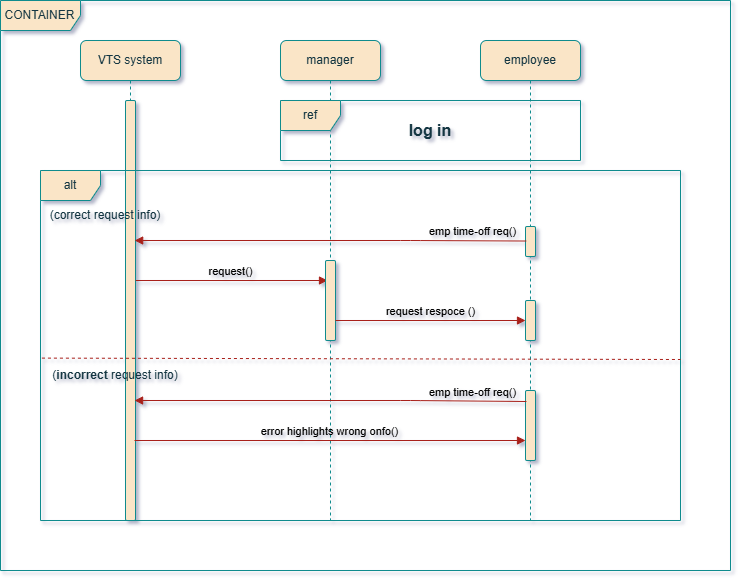
Earlier version of the draw.io export task1/manageTime_sequenceDiagram.drawio.png (zieadkh/Mentorship). Source tidied: cells renumbered, new cells last; positions are measured from the earlier drawing's top-left corner, leaving out a move shared by most shapes.
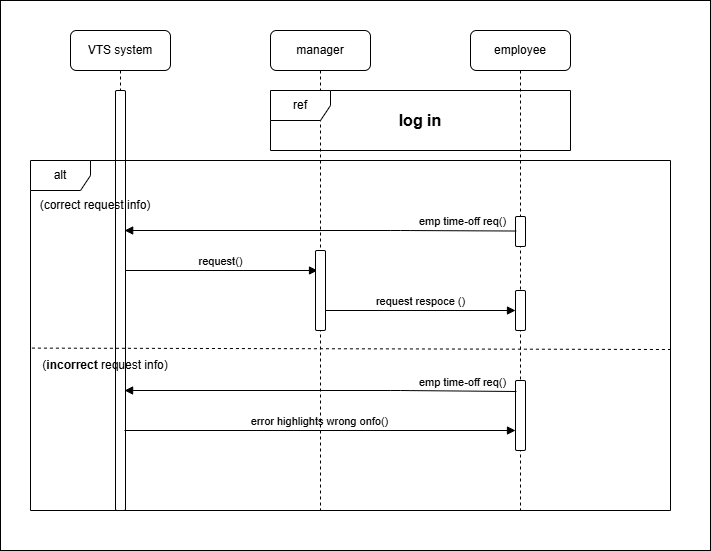
After the change.

Change to the diagram source:
```diff
@@ -1,53 +1,57 @@
-<mxGraphModel shadow="1">
+<mxGraphModel>
   <root>
     <mxCell id="0" />
+    <mxCell id="22" value="Untitled Layer" parent="0" />
+    <mxCell id="23" style="rounded=0;whiteSpace=wrap;html=1;" parent="22" vertex="1">
+      <mxGeometry x="10" y="10" width="710" height="550" as="geometry" />
+    </mxCell>
     <mxCell id="1" parent="0" />
-    <mxCell id="2" value="manager" style="shape=umlLifeline;perimeter=lifelinePerimeter;whiteSpace=wrap;html=1;newEdgeStyle={&quot;curved&quot;:0,&quot;rounded&quot;:0};size=40;labelBackgroundColor=none;rounded=1;fillColor=#FAE5C7;strokeColor=#0F8B8D;fontColor=#143642;" parent="1" vertex="1">
+    <mxCell id="2" value="manager" style="shape=umlLifeline;perimeter=lifelinePerimeter;whiteSpace=wrap;html=1;newEdgeStyle={&quot;curved&quot;:0,&quot;rounded&quot;:0};size=40;labelBackgroundColor=none;rounded=1;" parent="1" vertex="1">
       <mxGeometry x="280" y="40" width="100" height="480" as="geometry" />
     </mxCell>
-    <mxCell id="3" value="employee" style="shape=umlLifeline;perimeter=lifelinePerimeter;whiteSpace=wrap;html=1;newEdgeStyle={&quot;curved&quot;:0,&quot;rounded&quot;:0};labelBackgroundColor=none;rounded=1;fillColor=#FAE5C7;strokeColor=#0F8B8D;fontColor=#143642;" parent="1" vertex="1">
+    <mxCell id="3" value="employee" style="shape=umlLifeline;perimeter=lifelinePerimeter;whiteSpace=wrap;html=1;newEdgeStyle={&quot;curved&quot;:0,&quot;rounded&quot;:0};labelBackgroundColor=none;rounded=1;" parent="1" vertex="1">
       <mxGeometry x="480" y="40" width="100" height="480" as="geometry" />
     </mxCell>
-    <mxCell id="4" style="html=1;points=[[0,0,0,0,5],[0,1,0,0,-5],[1,0,0,0,5],[1,1,0,0,-5]];perimeter=orthogonalPerimeter;outlineConnect=0;targetShapes=umlLifeline;portConstraint=eastwest;newEdgeStyle={&quot;curved&quot;:0,&quot;rounded&quot;:0};labelBackgroundColor=none;rounded=1;fillColor=#FAE5C7;strokeColor=#0F8B8D;fontColor=#143642;" parent="3" vertex="1">
+    <mxCell id="4" style="html=1;points=[[0,0,0,0,5],[0,1,0,0,-5],[1,0,0,0,5],[1,1,0,0,-5]];perimeter=orthogonalPerimeter;outlineConnect=0;targetShapes=umlLifeline;portConstraint=eastwest;newEdgeStyle={&quot;curved&quot;:0,&quot;rounded&quot;:0};labelBackgroundColor=none;rounded=1;" parent="3" vertex="1">
       <mxGeometry x="45" y="186" width="10" height="30" as="geometry" />
     </mxCell>
-    <mxCell id="5" style="html=1;perimeter=orthogonalPerimeter;targetShapes=umlLifeline;newEdgeStyle={&quot;curved&quot;:0,&quot;rounded&quot;:0};labelBackgroundColor=none;rounded=1;fillColor=#FAE5C7;strokeColor=#0F8B8D;fontColor=#143642;" parent="3" vertex="1">
+    <mxCell id="5" style="html=1;perimeter=orthogonalPerimeter;targetShapes=umlLifeline;newEdgeStyle={&quot;curved&quot;:0,&quot;rounded&quot;:0};labelBackgroundColor=none;rounded=1;" parent="3" vertex="1">
       <mxGeometry x="45" y="350" width="10" height="70" as="geometry" />
     </mxCell>
-    <mxCell id="6" value="VTS system" style="shape=umlLifeline;perimeter=lifelinePerimeter;whiteSpace=wrap;html=1;newEdgeStyle={&quot;curved&quot;:0,&quot;rounded&quot;:0};labelBackgroundColor=none;rounded=1;fillColor=#FAE5C7;strokeColor=#0F8B8D;fontColor=#143642;" parent="1" vertex="1">
+    <mxCell id="6" value="VTS system" style="shape=umlLifeline;perimeter=lifelinePerimeter;whiteSpace=wrap;html=1;newEdgeStyle={&quot;curved&quot;:0,&quot;rounded&quot;:0};labelBackgroundColor=none;rounded=1;" parent="1" vertex="1">
       <mxGeometry x="80" y="40" width="100" height="480" as="geometry" />
     </mxCell>
-    <mxCell id="7" style="html=1;perimeter=orthogonalPerimeter;targetShapes=umlLifeline;newEdgeStyle={&quot;curved&quot;:0,&quot;rounded&quot;:0};labelBackgroundColor=none;rounded=1;fillColor=#FAE5C7;strokeColor=#0F8B8D;fontColor=#143642;" parent="6" vertex="1">
+    <mxCell id="7" style="html=1;perimeter=orthogonalPerimeter;targetShapes=umlLifeline;newEdgeStyle={&quot;curved&quot;:0,&quot;rounded&quot;:0};labelBackgroundColor=none;rounded=1;" parent="6" vertex="1">
       <mxGeometry x="45" y="60" width="10" height="420" as="geometry" />
     </mxCell>
-    <mxCell id="8" value="ref" style="shape=umlFrame;whiteSpace=wrap;html=1;labelBackgroundColor=none;rounded=1;fillColor=#FAE5C7;strokeColor=#0F8B8D;fontColor=#143642;" parent="1" vertex="1">
+    <mxCell id="8" value="ref" style="shape=umlFrame;whiteSpace=wrap;html=1;labelBackgroundColor=none;rounded=1;" parent="1" vertex="1">
       <mxGeometry x="280" y="100" width="300" height="60" as="geometry" />
     </mxCell>
-    <mxCell id="9" value="&lt;b&gt;&lt;font style=&quot;font-size: 16px;&quot;&gt;log in&lt;/font&gt;&lt;/b&gt;" style="text;html=1;whiteSpace=wrap;strokeColor=none;fillColor=none;align=center;verticalAlign=middle;rounded=1;labelBackgroundColor=none;fontColor=#143642;" parent="1" vertex="1">
+    <mxCell id="9" value="&lt;b&gt;&lt;font style=&quot;font-size: 16px;&quot;&gt;log in&lt;/font&gt;&lt;/b&gt;" style="text;html=1;whiteSpace=wrap;strokeColor=none;fillColor=none;align=center;verticalAlign=middle;rounded=1;labelBackgroundColor=none;" parent="1" vertex="1">
       <mxGeometry x="400" y="115" width="60" height="30" as="geometry" />
     </mxCell>
-    <mxCell id="10" value="request()" style="html=1;verticalAlign=bottom;endArrow=block;curved=0;rounded=1;labelBackgroundColor=none;fontColor=default;strokeColor=#A8201A;" parent="1" edge="1">
+    <mxCell id="10" value="request()" style="html=1;verticalAlign=bottom;endArrow=block;curved=0;rounded=1;labelBackgroundColor=none;fontColor=default;" parent="1" edge="1">
       <mxGeometry x="-0.01" relative="1" as="geometry">
         <mxPoint x="135.2" y="280" as="sourcePoint" />
         <mxPoint x="327" y="280" as="targetPoint" />
       </mxGeometry>
     </mxCell>
-    <mxCell id="11" value="alt" style="shape=umlFrame;whiteSpace=wrap;html=1;labelBackgroundColor=none;rounded=1;fillColor=#FAE5C7;strokeColor=#0F8B8D;fontColor=#143642;" parent="1" vertex="1">
+    <mxCell id="11" value="alt" style="shape=umlFrame;whiteSpace=wrap;html=1;labelBackgroundColor=none;rounded=1;" parent="1" vertex="1">
       <mxGeometry x="40" y="170" width="640" height="350" as="geometry" />
     </mxCell>
-    <mxCell id="12" value="error highlights wrong onfo()" style="html=1;verticalAlign=bottom;endArrow=block;curved=0;rounded=1;strokeWidth=1;labelBackgroundColor=none;fontColor=default;strokeColor=#A8201A;" parent="1" edge="1">
+    <mxCell id="12" value="error highlights wrong onfo()" style="html=1;verticalAlign=bottom;endArrow=block;curved=0;rounded=1;strokeWidth=1;labelBackgroundColor=none;fontColor=default;" parent="1" edge="1">
       <mxGeometry x="-0.01" relative="1" as="geometry">
         <mxPoint x="134" y="440" as="sourcePoint" />
         <mxPoint x="525" y="440" as="targetPoint" />
       </mxGeometry>
     </mxCell>
-    <mxCell id="13" value="(correct request info)" style="text;html=1;whiteSpace=wrap;strokeColor=none;fillColor=none;align=center;verticalAlign=middle;rounded=1;labelBackgroundColor=none;fontColor=#143642;" parent="1" vertex="1">
+    <mxCell id="13" value="(correct request info)" style="text;html=1;whiteSpace=wrap;strokeColor=none;fillColor=none;align=center;verticalAlign=middle;rounded=1;labelBackgroundColor=none;" parent="1" vertex="1">
       <mxGeometry x="40" y="200" width="130" height="30" as="geometry" />
     </mxCell>
-    <mxCell id="14" style="html=1;perimeter=orthogonalPerimeter;targetShapes=umlLifeline;newEdgeStyle={&quot;curved&quot;:0,&quot;rounded&quot;:0};labelBackgroundColor=none;rounded=1;fillColor=#FAE5C7;strokeColor=#0F8B8D;fontColor=#143642;" parent="1" vertex="1">
+    <mxCell id="14" style="html=1;perimeter=orthogonalPerimeter;targetShapes=umlLifeline;newEdgeStyle={&quot;curved&quot;:0,&quot;rounded&quot;:0};labelBackgroundColor=none;rounded=1;" parent="1" vertex="1">
       <mxGeometry x="325" y="260" width="10" height="80" as="geometry" />
     </mxCell>
-    <mxCell id="15" value="emp time-off req()" style="html=1;verticalAlign=bottom;endArrow=block;curved=0;rounded=1;exitX=0.067;exitY=0.484;exitDx=0;exitDy=0;exitPerimeter=0;labelBackgroundColor=none;fontColor=default;strokeColor=#A8201A;" parent="1" edge="1" source="4">
+    <mxCell id="15" value="emp time-off req()" style="html=1;verticalAlign=bottom;endArrow=block;curved=0;rounded=1;exitX=0.067;exitY=0.484;exitDx=0;exitDy=0;exitPerimeter=0;labelBackgroundColor=none;fontColor=default;" parent="1" edge="1" source="4">
       <mxGeometry x="-0.73" relative="1" as="geometry">
         <mxPoint x="134.2" y="240" as="targetPoint" />
         <Array as="points">
@@ -55,24 +59,24 @@
         </Array>
       </mxGeometry>
     </mxCell>
-    <mxCell id="16" style="html=1;points=[[0,0,0,0,5],[0,1,0,0,-5],[1,0,0,0,5],[1,1,0,0,-5]];perimeter=orthogonalPerimeter;outlineConnect=0;targetShapes=umlLifeline;portConstraint=eastwest;newEdgeStyle={&quot;curved&quot;:0,&quot;rounded&quot;:0};labelBackgroundColor=none;rounded=1;fillColor=#FAE5C7;strokeColor=#0F8B8D;fontColor=#143642;" parent="1" vertex="1">
+    <mxCell id="16" style="html=1;points=[[0,0,0,0,5],[0,1,0,0,-5],[1,0,0,0,5],[1,1,0,0,-5]];perimeter=orthogonalPerimeter;outlineConnect=0;targetShapes=umlLifeline;portConstraint=eastwest;newEdgeStyle={&quot;curved&quot;:0,&quot;rounded&quot;:0};labelBackgroundColor=none;rounded=1;" parent="1" vertex="1">
       <mxGeometry x="525" y="300" width="10" height="40" as="geometry" />
     </mxCell>
-    <mxCell id="17" value="request respoce ()" style="html=1;verticalAlign=bottom;endArrow=block;curved=0;rounded=1;labelBackgroundColor=none;fontColor=default;strokeColor=#A8201A;" parent="1" edge="1" target="16">
+    <mxCell id="17" value="request respoce ()" style="html=1;verticalAlign=bottom;endArrow=block;curved=0;rounded=1;labelBackgroundColor=none;fontColor=default;" parent="1" edge="1" target="16">
       <mxGeometry relative="1" as="geometry">
         <mxPoint x="335" y="320" as="sourcePoint" />
       </mxGeometry>
     </mxCell>
-    <mxCell id="18" style="endArrow=none;dashed=1;html=1;rounded=1;exitX=0.002;exitY=0.67;exitDx=0;exitDy=0;exitPerimeter=0;labelBackgroundColor=none;fontColor=default;strokeColor=#A8201A;" parent="1" edge="1">
+    <mxCell id="18" style="endArrow=none;dashed=1;html=1;rounded=1;exitX=0.002;exitY=0.67;exitDx=0;exitDy=0;exitPerimeter=0;labelBackgroundColor=none;fontColor=default;" parent="1" edge="1">
       <mxGeometry relative="1" as="geometry">
         <mxPoint x="41.4" y="357.6" as="sourcePoint" />
         <mxPoint x="680" y="359" as="targetPoint" />
       </mxGeometry>
     </mxCell>
-    <mxCell id="19" value="(&lt;b&gt;incorrect&lt;/b&gt; request info)" style="text;html=1;whiteSpace=wrap;strokeColor=none;fillColor=none;align=center;verticalAlign=middle;rounded=1;labelBackgroundColor=none;fontColor=#143642;" parent="1" vertex="1">
+    <mxCell id="19" value="(&lt;b&gt;incorrect&lt;/b&gt; request info)" style="text;html=1;whiteSpace=wrap;strokeColor=none;fillColor=none;align=center;verticalAlign=middle;rounded=1;labelBackgroundColor=none;" parent="1" vertex="1">
       <mxGeometry x="50" y="360" width="130" height="30" as="geometry" />
     </mxCell>
-    <mxCell id="20" value="emp time-off req()" style="html=1;verticalAlign=bottom;endArrow=block;curved=0;rounded=1;exitX=0.067;exitY=0.484;exitDx=0;exitDy=0;exitPerimeter=0;labelBackgroundColor=none;fontColor=default;strokeColor=#A8201A;" parent="1" edge="1">
+    <mxCell id="20" value="emp time-off req()" style="html=1;verticalAlign=bottom;endArrow=block;curved=0;rounded=1;exitX=0.067;exitY=0.484;exitDx=0;exitDy=0;exitPerimeter=0;labelBackgroundColor=none;fontColor=default;" parent="1" edge="1">
       <mxGeometry x="-0.73" relative="1" as="geometry">
         <mxPoint x="525.9" y="401" as="sourcePoint" />
         <mxPoint x="134.1" y="400" as="targetPoint" />
@@ -81,8 +85,5 @@
         </Array>
       </mxGeometry>
     </mxCell>
-    <mxCell id="21" value="CONTAINER" style="shape=umlFrame;whiteSpace=wrap;html=1;width=80;height=30;labelBackgroundColor=none;fillStyle=solid;rounded=1;fillColor=#FAE5C7;strokeColor=#0F8B8D;fontColor=#143642;" parent="1" vertex="1">
-      <mxGeometry width="730" height="570" as="geometry" />
-    </mxCell>
   </root>
 </mxGraphModel>
```
